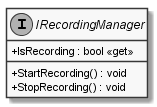
Before: documents/sd/resources/Classes/Core/MORR/IRecordingManager.png, a diagram exported from PlantUML (insightmind/MORR).
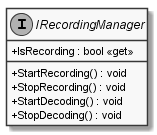
Later version of the same file.

What changed in the source:
```diff
@@ -6,6 +6,8 @@
     + IsRecording : bool <<get>>
     + StartRecording() : void
     + StopRecording() : void
+    + StartDecoding() : void
+    + StopDecoding() : void
 }
 
 @enduml
```
